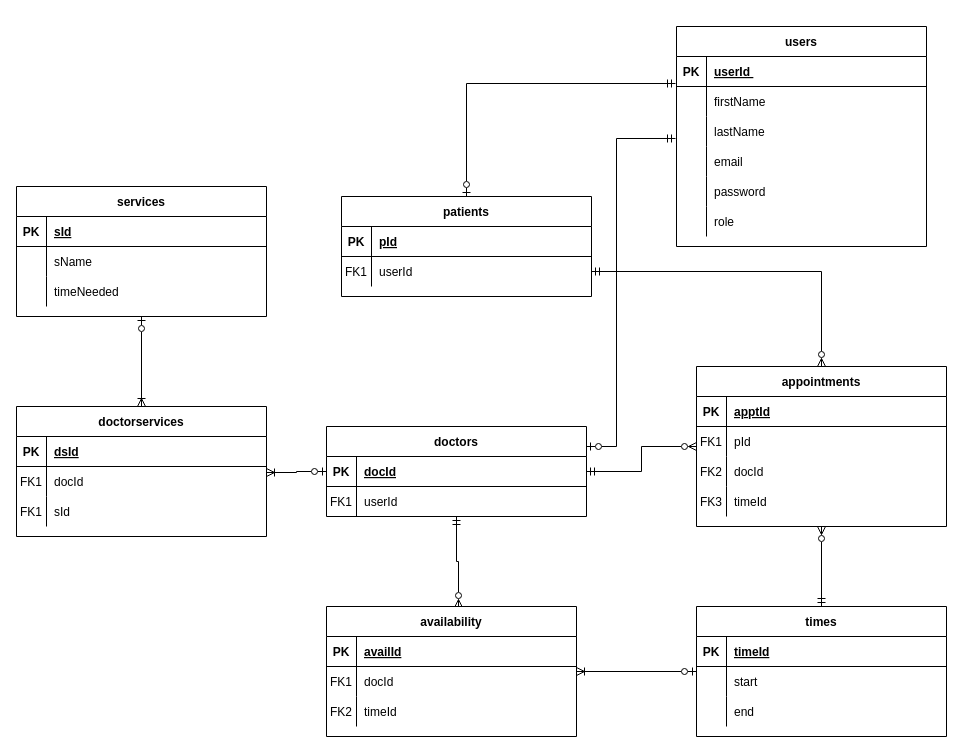
Before: dbFiles/med.io.drawio in kaelan87/MedPro, a draw.io diagram. Source tidied: cells renumbered, new cells numbered last; positions are measured from the earlier drawing's top-left corner, leaving out a move shared by most shapes. Both pictures are drawn from the tidied source at 100%, with x=0, y=0 at pixel (16, 26).
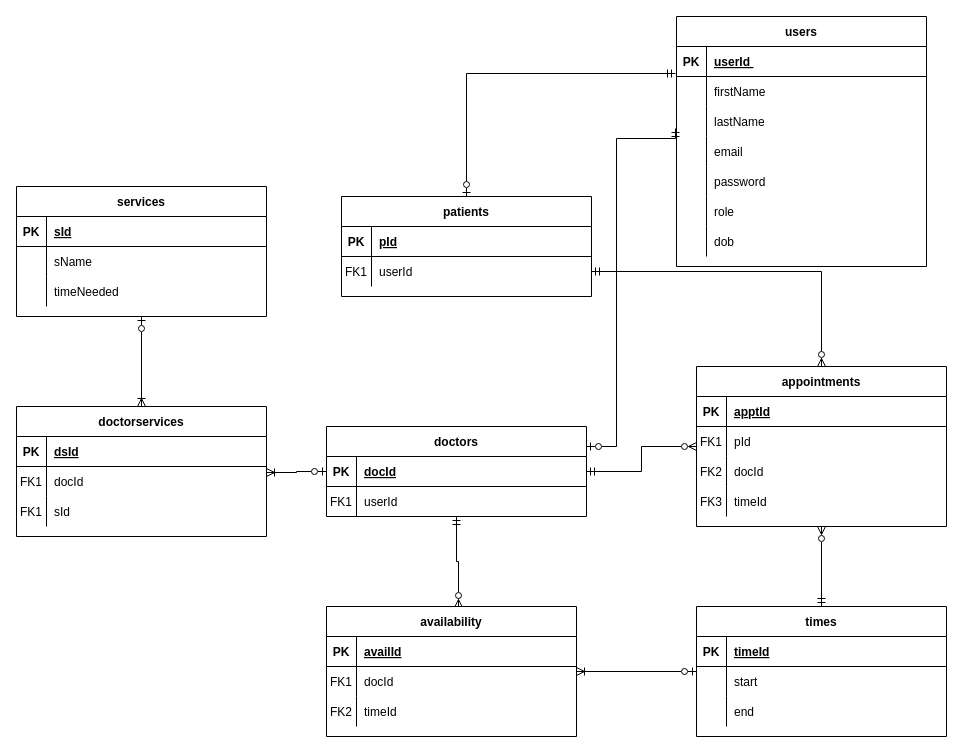
The same diagram, later.

Commit message (it also covers changes not shown here):
added dob to users table in erd

The edit, as a diff of the source:
```diff
@@
     <mxCell id="23" value="users" style="shape=table;startSize=30;childLayout=tableLayout;rowLines=0;fontStyle=1;align=center;" parent="1" vertex="1">
-      <mxGeometry x="660" width="250" height="220" as="geometry" />
+      <mxGeometry x="660" y="-10" width="250" height="250" as="geometry" />
     </mxCell>
@@
+    <mxCell id="97" style="shape=partialRectangle;fillColor=none;top=0;left=0;right=0;bottom=0;" parent="23" vertex="1">
+      <mxGeometry y="210" width="250" height="30" as="geometry" />
+    </mxCell>
+    <mxCell id="98" style="shape=partialRectangle;overflow=hidden;fillColor=none;top=0;left=0;bottom=0;right=0;" parent="97" vertex="1">
+      <mxGeometry width="30" height="30" as="geometry" />
+    </mxCell>
+    <mxCell id="99" value="dob" style="shape=partialRectangle;overflow=hidden;fillColor=none;top=0;left=0;bottom=0;right=0;align=left;spacingLeft=6;" parent="97" vertex="1">
+      <mxGeometry x="30" width="220" height="30" as="geometry" />
+    </mxCell>
```
